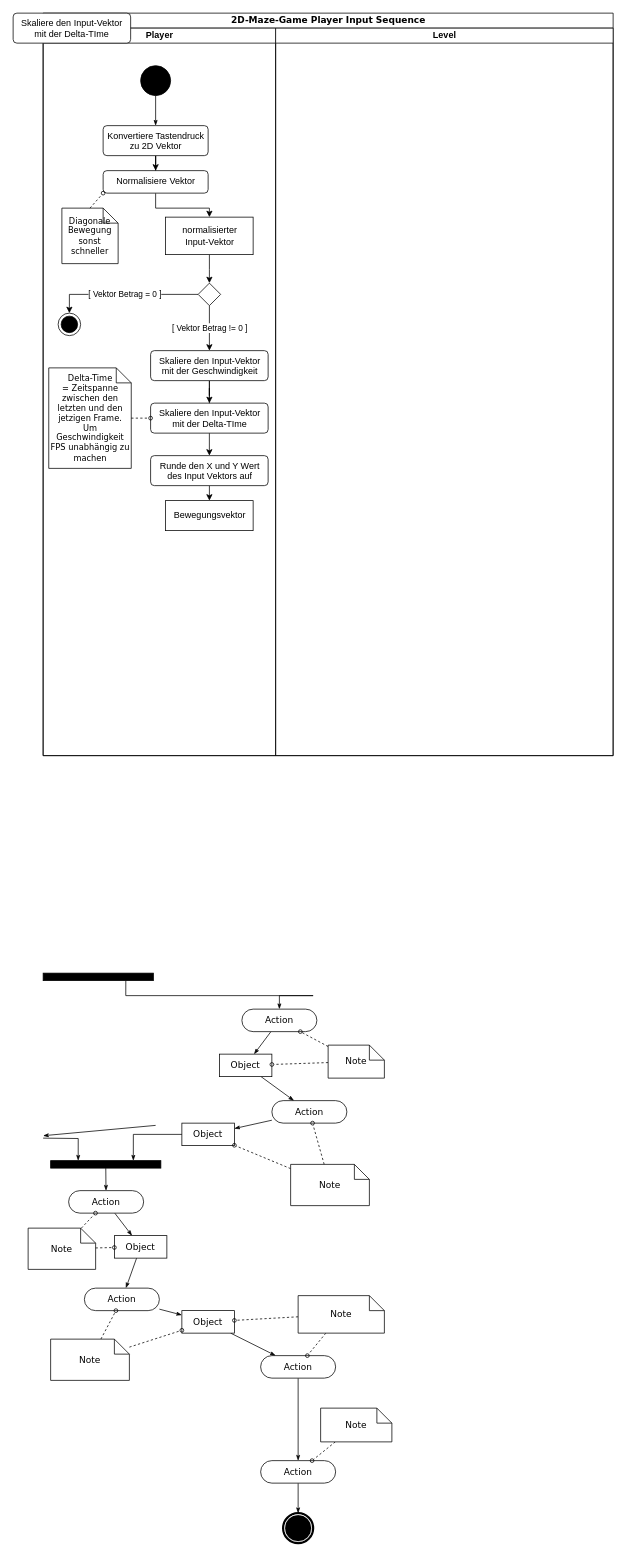
The draw.io diagram documentation/diagrams/Untitled Diagram.drawio in Xipit/2d-maze-game, before the edit. Source tidied: cells renumbered, new cells numbered last; positions are measured from the earlier drawing's top-left corner, leaving out a move shared by most shapes. Both pictures are drawn from the tidied source at 75%, with x=0, y=0 at pixel (13, 13).
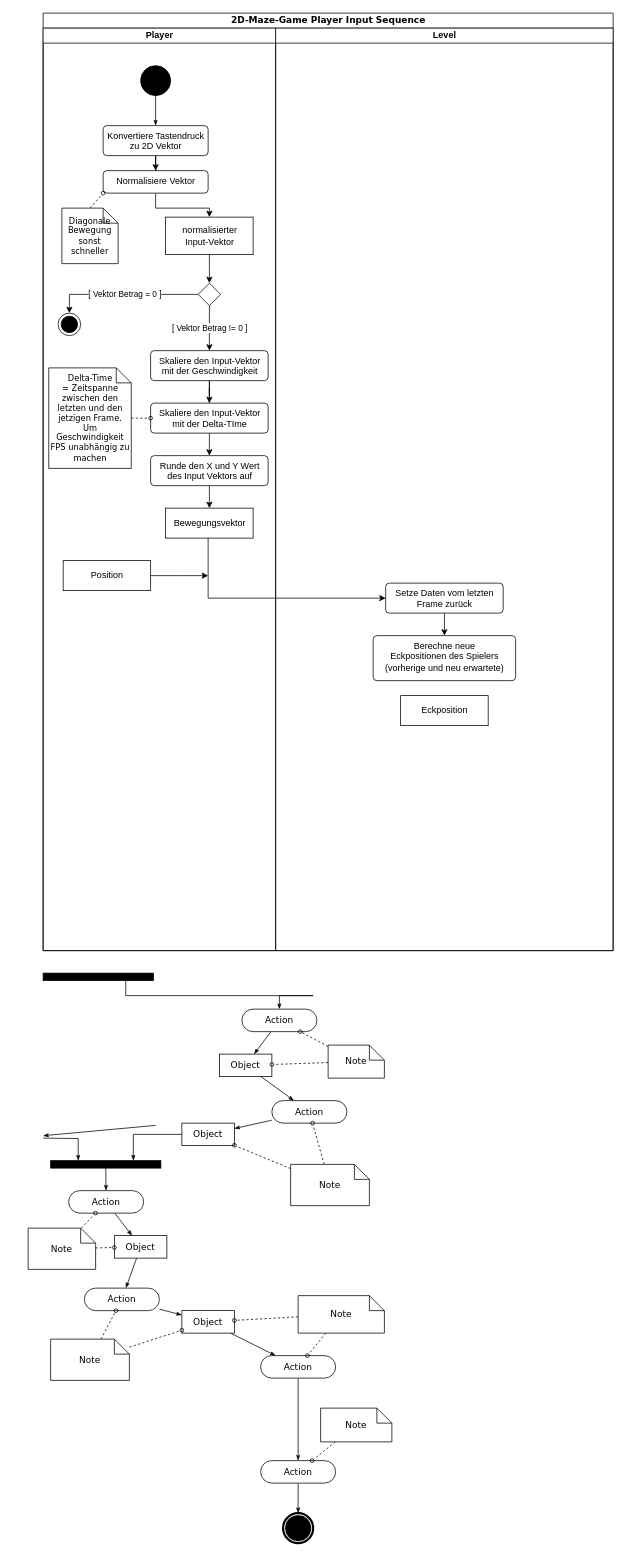
After the change.

Change to the diagram source:
```diff
@@
     <mxCell id="2" value="2D-Maze-Game Player Input Sequence" style="swimlane;html=1;startSize=20;rounded=0;shadow=0;comic=0;labelBackgroundColor=none;strokeWidth=1;fontFamily=Verdana;fontSize=12;align=center;" parent="1" vertex="1">
-      <mxGeometry x="40" width="760" height="990" as="geometry" />
+      <mxGeometry x="40" width="760" height="1250" as="geometry" />
     </mxCell>
     <mxCell id="3" value="Player" style="swimlane;html=1;startSize=20;" parent="2" vertex="1">
-      <mxGeometry y="20" width="310" height="970" as="geometry" />
+      <mxGeometry y="20" width="310" height="1230" as="geometry" />
     </mxCell>
@@
     <mxCell id="24" value="Bewegungsvektor" style="html=1;align=center;verticalAlign=middle;rounded=0;absoluteArcSize=1;arcSize=10;dashed=0;" parent="3" vertex="1">
-      <mxGeometry x="163.3" y="630" width="116.7" height="40" as="geometry" />
+      <mxGeometry x="163.3" y="640" width="116.7" height="40" as="geometry" />
     </mxCell>
@@
+    <mxCell id="73" value="Position" style="html=1;align=center;verticalAlign=middle;rounded=0;absoluteArcSize=1;arcSize=10;dashed=0;" parent="3" vertex="1">
+      <mxGeometry x="26.7" y="710" width="116.7" height="40" as="geometry" />
+    </mxCell>
     <mxCell id="27" value="Level" style="swimlane;html=1;startSize=20;" parent="2" vertex="1">
-      <mxGeometry x="310" y="20" width="450" height="970" as="geometry" />
+      <mxGeometry x="310" y="20" width="450" height="1230" as="geometry" />
     </mxCell>
+    <mxCell id="74" style="edgeStyle=orthogonalEdgeStyle;rounded=0;jettySize=auto;html=1;fontSize=11;" parent="27" edge="1" source="75" target="76">
+      <mxGeometry relative="1" as="geometry" />
+    </mxCell>
+    <mxCell id="75" value="Setze Daten vom letzten &lt;br&gt;Frame zurück" style="html=1;align=center;verticalAlign=top;rounded=1;absoluteArcSize=1;arcSize=10;dashed=0;" parent="27" vertex="1">
+      <mxGeometry x="146.7" y="740" width="156.7" height="40" as="geometry" />
+    </mxCell>
+    <mxCell id="76" value="Berechne neue &lt;br&gt;Eckpositionen des Spielers&lt;br&gt;(vorherige und neu erwartete)" style="html=1;align=center;verticalAlign=top;rounded=1;absoluteArcSize=1;arcSize=10;dashed=0;" parent="27" vertex="1">
+      <mxGeometry x="130" y="810" width="190" height="60" as="geometry" />
+    </mxCell>
+    <mxCell id="77" value="Eckposition" style="html=1;align=center;verticalAlign=middle;rounded=0;absoluteArcSize=1;arcSize=10;dashed=0;" parent="27" vertex="1">
+      <mxGeometry x="166.7" y="890" width="116.7" height="40" as="geometry" />
+    </mxCell>
+    <mxCell id="78" style="edgeStyle=orthogonalEdgeStyle;rounded=0;jettySize=auto;html=1;fontSize=11;" parent="2" edge="1" source="24" target="75">
+      <mxGeometry relative="1" as="geometry">
+        <Array as="points">
+          <mxPoint x="220" y="780" />
+        </Array>
+      </mxGeometry>
+    </mxCell>
@@
-    <mxCell id="72" value="Skaliere den Input-Vektor &lt;br&gt;mit der Delta-TIme" style="html=1;align=center;verticalAlign=top;rounded=1;absoluteArcSize=1;arcSize=10;dashed=0;" parent="1" vertex="1">
-      <mxGeometry width="156.7" height="40" as="geometry" />
-    </mxCell>
+    <mxCell id="79" style="edgeStyle=orthogonalEdgeStyle;rounded=0;jettySize=auto;html=1;fontSize=11;" parent="1" edge="1" source="73">
+      <mxGeometry relative="1" as="geometry">
+        <mxPoint x="260" y="750" as="targetPoint" />
+      </mxGeometry>
+    </mxCell>
```
